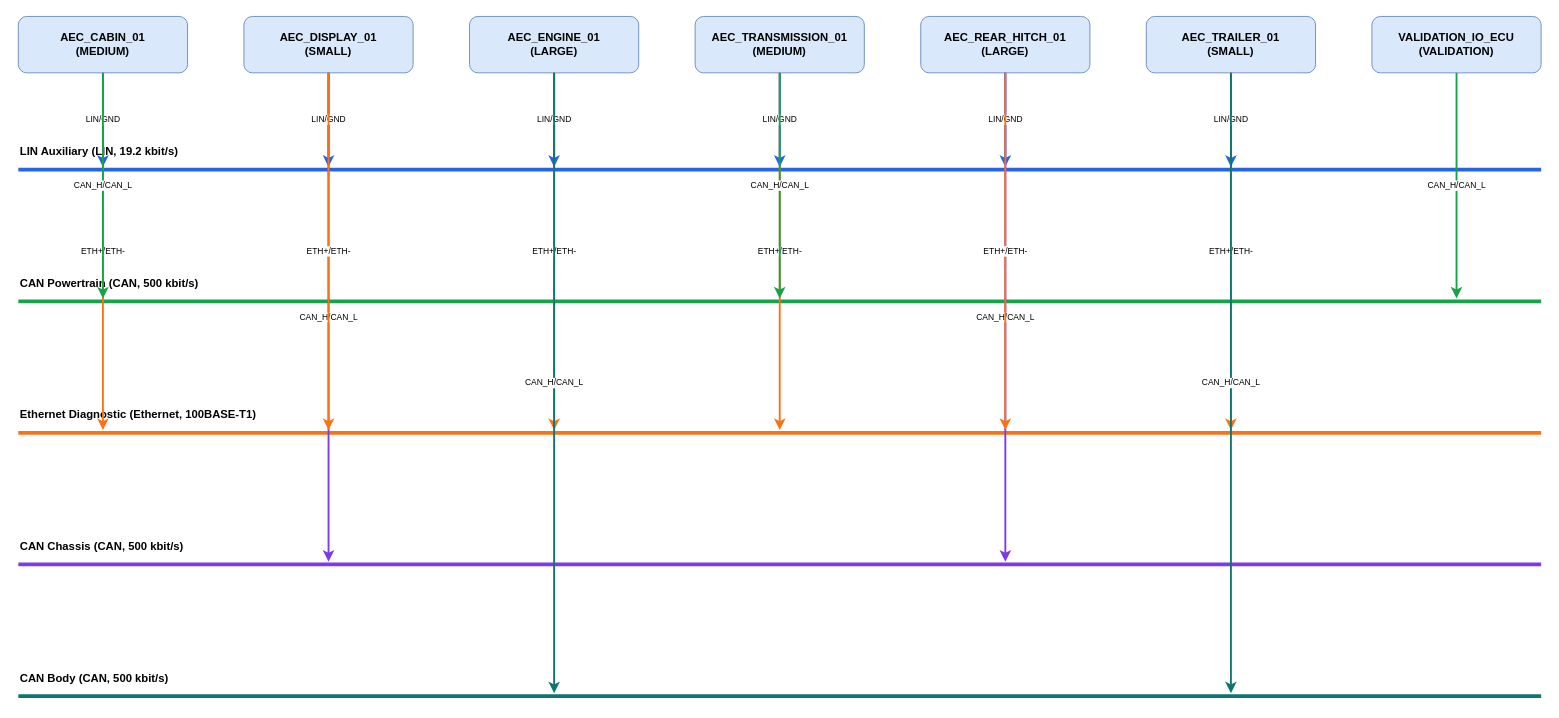
This is generated_doc/drawio/network_bus_backbone.drawio from Anadack/EEDesignSolution, a draw.io file, before an edit. Source tidied: cells renumbered, new cells numbered last; positions are measured from the earlier drawing's top-left corner, leaving out a move shared by most shapes. Both pictures are drawn from the tidied source at 94%, with x=0, y=0 at pixel (18, 16).
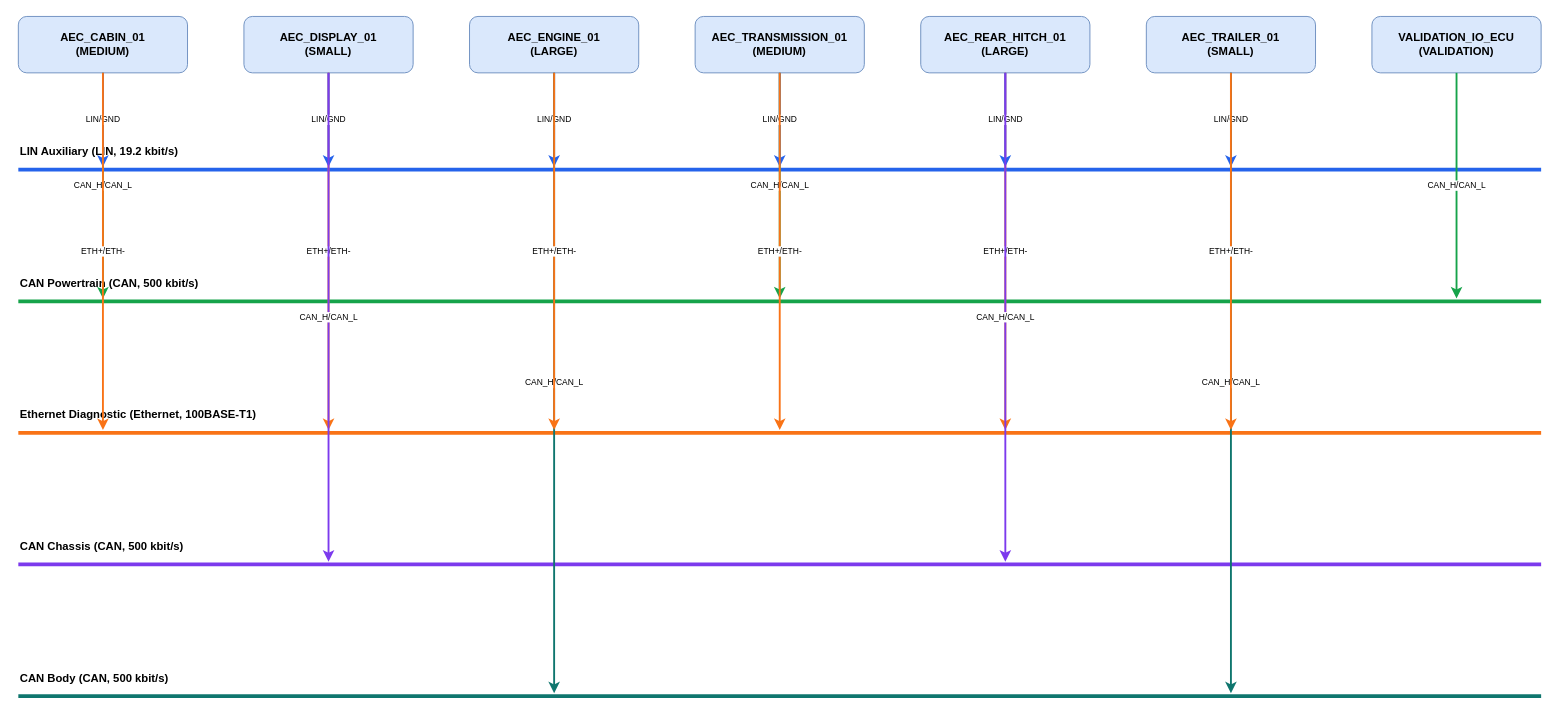
Above is the later version.

Unchanged cells that the change refers to:
```xml
<mxCell id="2" value="AEC_CABIN_01&#10;(MEDIUM)" style="rounded=1;whiteSpace=wrap;html=1;fillColor=#dae8fc;strokeColor=#6c8ebf;fontSize=12;fontStyle=1;" parent="1" vertex="1">
  <mxGeometry width="180" height="60" as="geometry" />
</mxCell>
<mxCell id="3" value="AEC_DISPLAY_01&#10;(SMALL)" style="rounded=1;whiteSpace=wrap;html=1;fillColor=#dae8fc;strokeColor=#6c8ebf;fontSize=12;fontStyle=1;" parent="1" vertex="1">
  <mxGeometry x="240" width="180" height="60" as="geometry" />
</mxCell>
<mxCell id="4" value="AEC_ENGINE_01&#10;(LARGE)" style="rounded=1;whiteSpace=wrap;html=1;fillColor=#dae8fc;strokeColor=#6c8ebf;fontSize=12;fontStyle=1;" parent="1" vertex="1">
  <mxGeometry x="480" width="180" height="60" as="geometry" />
</mxCell>
<mxCell id="5" value="AEC_TRANSMISSION_01&#10;(MEDIUM)" style="rounded=1;whiteSpace=wrap;html=1;fillColor=#dae8fc;strokeColor=#6c8ebf;fontSize=12;fontStyle=1;" parent="1" vertex="1">
  <mxGeometry x="720" width="180" height="60" as="geometry" />
</mxCell>
<mxCell id="6" value="AEC_REAR_HITCH_01&#10;(LARGE)" style="rounded=1;whiteSpace=wrap;html=1;fillColor=#dae8fc;strokeColor=#6c8ebf;fontSize=12;fontStyle=1;" parent="1" vertex="1">
  <mxGeometry x="960" width="180" height="60" as="geometry" />
</mxCell>
<mxCell id="7" value="AEC_TRAILER_01&#10;(SMALL)" style="rounded=1;whiteSpace=wrap;html=1;fillColor=#dae8fc;strokeColor=#6c8ebf;fontSize=12;fontStyle=1;" parent="1" vertex="1">
  <mxGeometry x="1200" width="180" height="60" as="geometry" />
</mxCell>
<mxCell id="10" style="line;strokeWidth=4;html=1;strokeColor=#2563eb;" parent="1" vertex="1">
  <mxGeometry y="160" width="1620" height="6" as="geometry" />
</mxCell>
<mxCell id="12" style="line;strokeWidth=4;html=1;strokeColor=#16a34a;" parent="1" vertex="1">
  <mxGeometry y="300" width="1620" height="6" as="geometry" />
</mxCell>
<mxCell id="14" style="line;strokeWidth=4;html=1;strokeColor=#f97316;" parent="1" vertex="1">
  <mxGeometry y="440" width="1620" height="6" as="geometry" />
</mxCell>
<mxCell id="16" style="line;strokeWidth=4;html=1;strokeColor=#7c3aed;" parent="1" vertex="1">
  <mxGeometry y="580" width="1620" height="6" as="geometry" />
</mxCell>
<mxCell id="18" style="line;strokeWidth=4;html=1;strokeColor=#0f766e;" parent="1" vertex="1">
  <mxGeometry y="720" width="1620" height="6" as="geometry" />
</mxCell>
```

Diff of the diagram source:
```diff
@@
-    <mxCell id="19" value="ETH+/ETH-" style="edgeStyle=orthogonalEdgeStyle;rounded=0;html=1;strokeColor=#f97316;strokeWidth=2;fontSize=9;entryX=0.0555556;entryY=0;entryDx=0;entryDy=0;exitX=0.5;exitY=1;exitDx=0;exitDy=0;" parent="1" edge="1" source="2" target="14">
+    <mxCell id="19" value="CAN_H/CAN_L" style="edgeStyle=orthogonalEdgeStyle;rounded=0;html=1;strokeColor=#16a34a;strokeWidth=2;fontSize=9;entryX=0.0555556;entryY=0;entryDx=0;entryDy=0;exitX=0.5;exitY=1;exitDx=0;exitDy=0;" parent="1" edge="1" source="2" target="12">
       <mxGeometry relative="1" as="geometry" />
     </mxCell>
@@
-    <mxCell id="21" value="CAN_H/CAN_L" style="edgeStyle=orthogonalEdgeStyle;rounded=0;html=1;strokeColor=#16a34a;strokeWidth=2;fontSize=9;entryX=0.0555556;entryY=0;entryDx=0;entryDy=0;exitX=0.5;exitY=1;exitDx=0;exitDy=0;" parent="1" edge="1" source="2" target="12">
+    <mxCell id="21" value="ETH+/ETH-" style="edgeStyle=orthogonalEdgeStyle;rounded=0;html=1;strokeColor=#f97316;strokeWidth=2;fontSize=9;entryX=0.0555556;entryY=0;entryDx=0;entryDy=0;exitX=0.5;exitY=1;exitDx=0;exitDy=0;" parent="1" edge="1" source="2" target="14">
       <mxGeometry relative="1" as="geometry" />
     </mxCell>
-    <mxCell id="22" value="CAN_H/CAN_L" style="edgeStyle=orthogonalEdgeStyle;rounded=0;html=1;strokeColor=#7c3aed;strokeWidth=2;fontSize=9;entryX=0.203704;entryY=0;entryDx=0;entryDy=0;exitX=0.5;exitY=1;exitDx=0;exitDy=0;" parent="1" edge="1" source="3" target="16">
+    <mxCell id="22" value="ETH+/ETH-" style="edgeStyle=orthogonalEdgeStyle;rounded=0;html=1;strokeColor=#f97316;strokeWidth=2;fontSize=9;entryX=0.203704;entryY=0;entryDx=0;entryDy=0;exitX=0.5;exitY=1;exitDx=0;exitDy=0;" parent="1" edge="1" source="3" target="14">
       <mxGeometry relative="1" as="geometry" />
     </mxCell>
@@
-    <mxCell id="24" value="ETH+/ETH-" style="edgeStyle=orthogonalEdgeStyle;rounded=0;html=1;strokeColor=#f97316;strokeWidth=2;fontSize=9;entryX=0.203704;entryY=0;entryDx=0;entryDy=0;exitX=0.5;exitY=1;exitDx=0;exitDy=0;" parent="1" edge="1" source="3" target="14">
+    <mxCell id="24" value="CAN_H/CAN_L" style="edgeStyle=orthogonalEdgeStyle;rounded=0;html=1;strokeColor=#7c3aed;strokeWidth=2;fontSize=9;entryX=0.203704;entryY=0;entryDx=0;entryDy=0;exitX=0.5;exitY=1;exitDx=0;exitDy=0;" parent="1" edge="1" source="3" target="16">
       <mxGeometry relative="1" as="geometry" />
     </mxCell>
-    <mxCell id="25" value="ETH+/ETH-" style="edgeStyle=orthogonalEdgeStyle;rounded=0;html=1;strokeColor=#f97316;strokeWidth=2;fontSize=9;entryX=0.351852;entryY=0;entryDx=0;entryDy=0;exitX=0.5;exitY=1;exitDx=0;exitDy=0;" parent="1" edge="1" source="4" target="14">
+    <mxCell id="25" value="LIN/GND" style="edgeStyle=orthogonalEdgeStyle;rounded=0;html=1;strokeColor=#2563eb;strokeWidth=2;fontSize=9;entryX=0.351852;entryY=0;entryDx=0;entryDy=0;exitX=0.5;exitY=1;exitDx=0;exitDy=0;" parent="1" edge="1" source="4" target="10">
       <mxGeometry relative="1" as="geometry" />
     </mxCell>
-    <mxCell id="26" value="LIN/GND" style="edgeStyle=orthogonalEdgeStyle;rounded=0;html=1;strokeColor=#2563eb;strokeWidth=2;fontSize=9;entryX=0.351852;entryY=0;entryDx=0;entryDy=0;exitX=0.5;exitY=1;exitDx=0;exitDy=0;" parent="1" edge="1" source="4" target="10">
+    <mxCell id="26" value="CAN_H/CAN_L" style="edgeStyle=orthogonalEdgeStyle;rounded=0;html=1;strokeColor=#0f766e;strokeWidth=2;fontSize=9;entryX=0.351852;entryY=0;entryDx=0;entryDy=0;exitX=0.5;exitY=1;exitDx=0;exitDy=0;" parent="1" edge="1" source="4" target="18">
       <mxGeometry relative="1" as="geometry" />
     </mxCell>
-    <mxCell id="27" value="CAN_H/CAN_L" style="edgeStyle=orthogonalEdgeStyle;rounded=0;html=1;strokeColor=#0f766e;strokeWidth=2;fontSize=9;entryX=0.351852;entryY=0;entryDx=0;entryDy=0;exitX=0.5;exitY=1;exitDx=0;exitDy=0;" parent="1" edge="1" source="4" target="18">
+    <mxCell id="27" value="ETH+/ETH-" style="edgeStyle=orthogonalEdgeStyle;rounded=0;html=1;strokeColor=#f97316;strokeWidth=2;fontSize=9;entryX=0.351852;entryY=0;entryDx=0;entryDy=0;exitX=0.5;exitY=1;exitDx=0;exitDy=0;" parent="1" edge="1" source="4" target="14">
       <mxGeometry relative="1" as="geometry" />
     </mxCell>
-    <mxCell id="28" value="ETH+/ETH-" style="edgeStyle=orthogonalEdgeStyle;rounded=0;html=1;strokeColor=#f97316;strokeWidth=2;fontSize=9;entryX=0.5;entryY=0;entryDx=0;entryDy=0;exitX=0.5;exitY=1;exitDx=0;exitDy=0;" parent="1" edge="1" source="5" target="14">
+    <mxCell id="28" value="CAN_H/CAN_L" style="edgeStyle=orthogonalEdgeStyle;rounded=0;html=1;strokeColor=#16a34a;strokeWidth=2;fontSize=9;entryX=0.5;entryY=0;entryDx=0;entryDy=0;exitX=0.5;exitY=1;exitDx=0;exitDy=0;" parent="1" edge="1" source="5" target="12">
       <mxGeometry relative="1" as="geometry" />
     </mxCell>
@@
-    <mxCell id="30" value="CAN_H/CAN_L" style="edgeStyle=orthogonalEdgeStyle;rounded=0;html=1;strokeColor=#16a34a;strokeWidth=2;fontSize=9;entryX=0.5;entryY=0;entryDx=0;entryDy=0;exitX=0.5;exitY=1;exitDx=0;exitDy=0;" parent="1" edge="1" source="5" target="12">
+    <mxCell id="30" value="ETH+/ETH-" style="edgeStyle=orthogonalEdgeStyle;rounded=0;html=1;strokeColor=#f97316;strokeWidth=2;fontSize=9;entryX=0.5;entryY=0;entryDx=0;entryDy=0;exitX=0.5;exitY=1;exitDx=0;exitDy=0;" parent="1" edge="1" source="5" target="14">
       <mxGeometry relative="1" as="geometry" />
     </mxCell>
-    <mxCell id="31" value="CAN_H/CAN_L" style="edgeStyle=orthogonalEdgeStyle;rounded=0;html=1;strokeColor=#7c3aed;strokeWidth=2;fontSize=9;entryX=0.648148;entryY=0;entryDx=0;entryDy=0;exitX=0.5;exitY=1;exitDx=0;exitDy=0;" parent="1" edge="1" source="6" target="16">
+    <mxCell id="31" value="ETH+/ETH-" style="edgeStyle=orthogonalEdgeStyle;rounded=0;html=1;strokeColor=#f97316;strokeWidth=2;fontSize=9;entryX=0.648148;entryY=0;entryDx=0;entryDy=0;exitX=0.5;exitY=1;exitDx=0;exitDy=0;" parent="1" edge="1" source="6" target="14">
       <mxGeometry relative="1" as="geometry" />
     </mxCell>
@@
-    <mxCell id="33" value="ETH+/ETH-" style="edgeStyle=orthogonalEdgeStyle;rounded=0;html=1;strokeColor=#f97316;strokeWidth=2;fontSize=9;entryX=0.648148;entryY=0;entryDx=0;entryDy=0;exitX=0.5;exitY=1;exitDx=0;exitDy=0;" parent="1" edge="1" source="6" target="14">
+    <mxCell id="33" value="CAN_H/CAN_L" style="edgeStyle=orthogonalEdgeStyle;rounded=0;html=1;strokeColor=#7c3aed;strokeWidth=2;fontSize=9;entryX=0.648148;entryY=0;entryDx=0;entryDy=0;exitX=0.5;exitY=1;exitDx=0;exitDy=0;" parent="1" edge="1" source="6" target="16">
       <mxGeometry relative="1" as="geometry" />
     </mxCell>
-    <mxCell id="34" value="ETH+/ETH-" style="edgeStyle=orthogonalEdgeStyle;rounded=0;html=1;strokeColor=#f97316;strokeWidth=2;fontSize=9;entryX=0.796296;entryY=0;entryDx=0;entryDy=0;exitX=0.5;exitY=1;exitDx=0;exitDy=0;" parent="1" edge="1" source="7" target="14">
+    <mxCell id="34" value="LIN/GND" style="edgeStyle=orthogonalEdgeStyle;rounded=0;html=1;strokeColor=#2563eb;strokeWidth=2;fontSize=9;entryX=0.796296;entryY=0;entryDx=0;entryDy=0;exitX=0.5;exitY=1;exitDx=0;exitDy=0;" parent="1" edge="1" source="7" target="10">
       <mxGeometry relative="1" as="geometry" />
     </mxCell>
-    <mxCell id="35" value="LIN/GND" style="edgeStyle=orthogonalEdgeStyle;rounded=0;html=1;strokeColor=#2563eb;strokeWidth=2;fontSize=9;entryX=0.796296;entryY=0;entryDx=0;entryDy=0;exitX=0.5;exitY=1;exitDx=0;exitDy=0;" parent="1" edge="1" source="7" target="10">
+    <mxCell id="35" value="CAN_H/CAN_L" style="edgeStyle=orthogonalEdgeStyle;rounded=0;html=1;strokeColor=#0f766e;strokeWidth=2;fontSize=9;entryX=0.796296;entryY=0;entryDx=0;entryDy=0;exitX=0.5;exitY=1;exitDx=0;exitDy=0;" parent="1" edge="1" source="7" target="18">
       <mxGeometry relative="1" as="geometry" />
     </mxCell>
-    <mxCell id="36" value="CAN_H/CAN_L" style="edgeStyle=orthogonalEdgeStyle;rounded=0;html=1;strokeColor=#0f766e;strokeWidth=2;fontSize=9;entryX=0.796296;entryY=0;entryDx=0;entryDy=0;exitX=0.5;exitY=1;exitDx=0;exitDy=0;" parent="1" edge="1" source="7" target="18">
+    <mxCell id="36" value="ETH+/ETH-" style="edgeStyle=orthogonalEdgeStyle;rounded=0;html=1;strokeColor=#f97316;strokeWidth=2;fontSize=9;entryX=0.796296;entryY=0;entryDx=0;entryDy=0;exitX=0.5;exitY=1;exitDx=0;exitDy=0;" parent="1" edge="1" source="7" target="14">
       <mxGeometry relative="1" as="geometry" />
     </mxCell>
```
